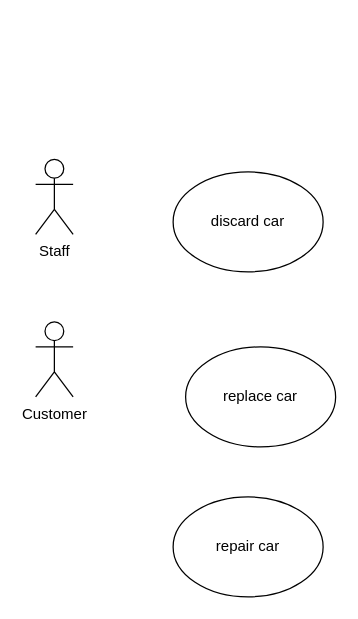
Before: UseCase Diagram.drawio in tlfzgjadyd/SoftwareEngineering, a draw.io diagram. Source tidied: cells renumbered, new cells numbered last; positions are measured from the earlier drawing's top-left corner, leaving out a move shared by most shapes. Both pictures are drawn from the tidied source at 125%, with x=0, y=0 at pixel (35, 159).
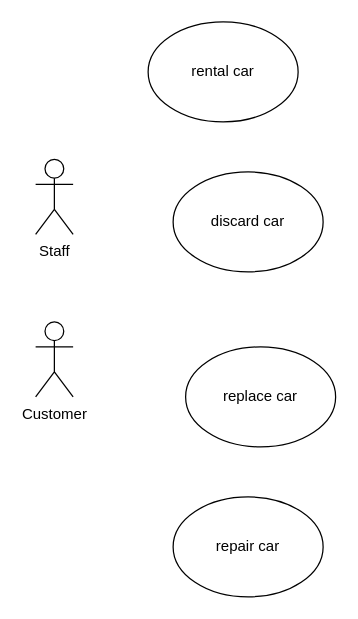
Above is the later version.

Change to the diagram source:
```diff
@@
 <mxGraphModel>
   <root>
     <mxCell id="0" />
     <mxCell id="1" parent="0" />
     <mxCell id="2" value="Customer" style="shape=umlActor;verticalLabelPosition=bottom;verticalAlign=top;html=1;" parent="1" vertex="1">
       <mxGeometry y="130" width="30" height="60" as="geometry" />
     </mxCell>
     <mxCell id="3" value="Staff&lt;br&gt;" style="shape=umlActor;verticalLabelPosition=bottom;verticalAlign=top;html=1;" parent="1" vertex="1">
       <mxGeometry width="30" height="60" as="geometry" />
     </mxCell>
     <mxCell id="4" value="replace car" style="ellipse;whiteSpace=wrap;html=1;" parent="1" vertex="1">
       <mxGeometry x="120" y="150" width="120" height="80" as="geometry" />
     </mxCell>
     <mxCell id="5" value="repair car" style="ellipse;whiteSpace=wrap;html=1;" parent="1" vertex="1">
       <mxGeometry x="110" y="270" width="120" height="80" as="geometry" />
     </mxCell>
     <mxCell id="6" value="discard car" style="ellipse;whiteSpace=wrap;html=1;" parent="1" vertex="1">
       <mxGeometry x="110" y="10" width="120" height="80" as="geometry" />
     </mxCell>
+    <mxCell id="7" value="rental car" style="ellipse;whiteSpace=wrap;html=1;" parent="1" vertex="1">
+      <mxGeometry x="90" y="-110" width="120" height="80" as="geometry" />
+    </mxCell>
   </root>
 </mxGraphModel>
```
